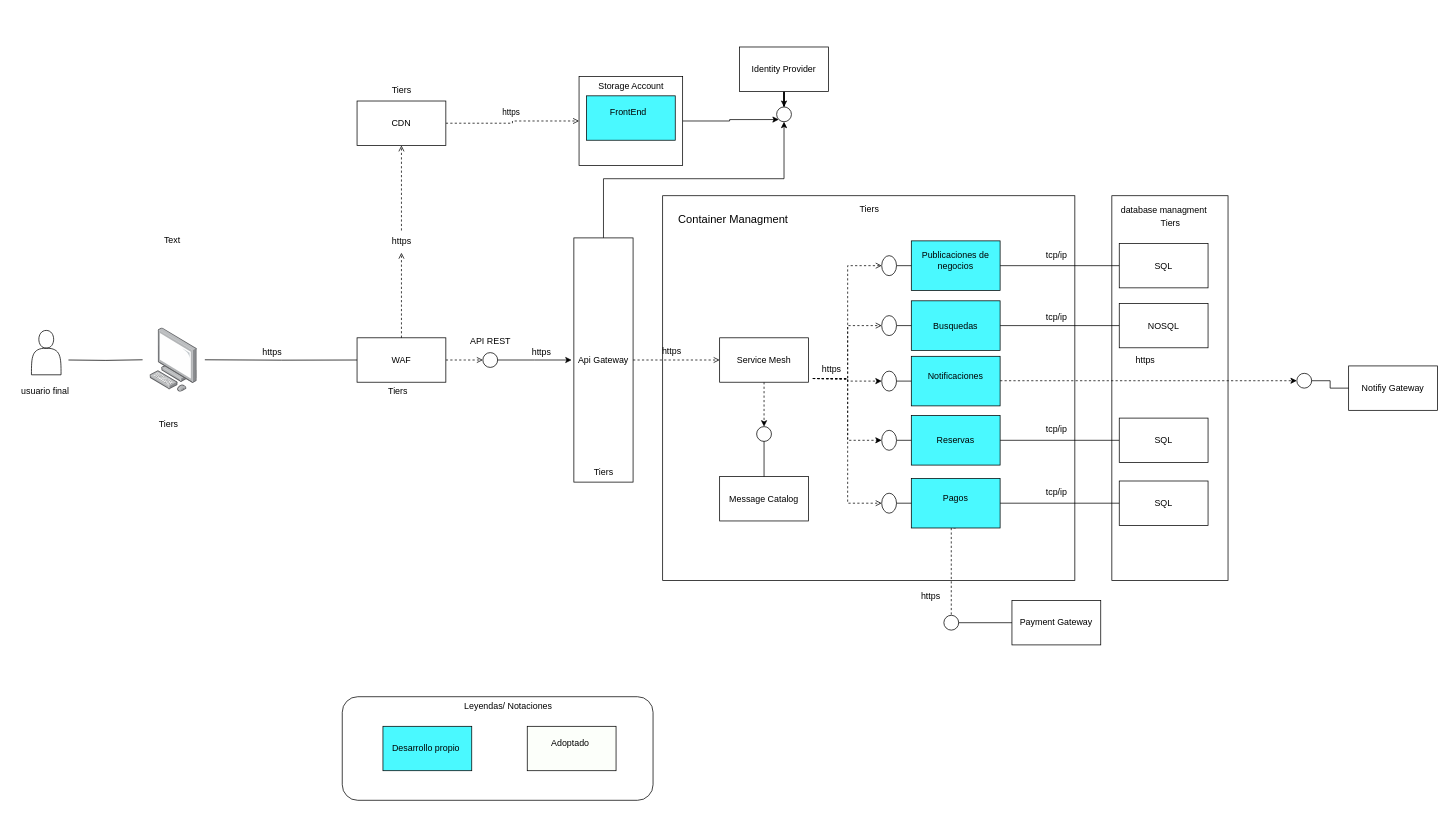
Before: page "alternativa de solucion" (2 of 2) of Diagrama sin título.drawio in ochoa27/FindDo, a draw.io diagram. Source tidied: cells renumbered, new cells numbered last; positions are measured from the earlier drawing's top-left corner, leaving out a move shared by most shapes. Both pictures are drawn from the tidied source at 74%, with x=0, y=0 at pixel (13, 47).
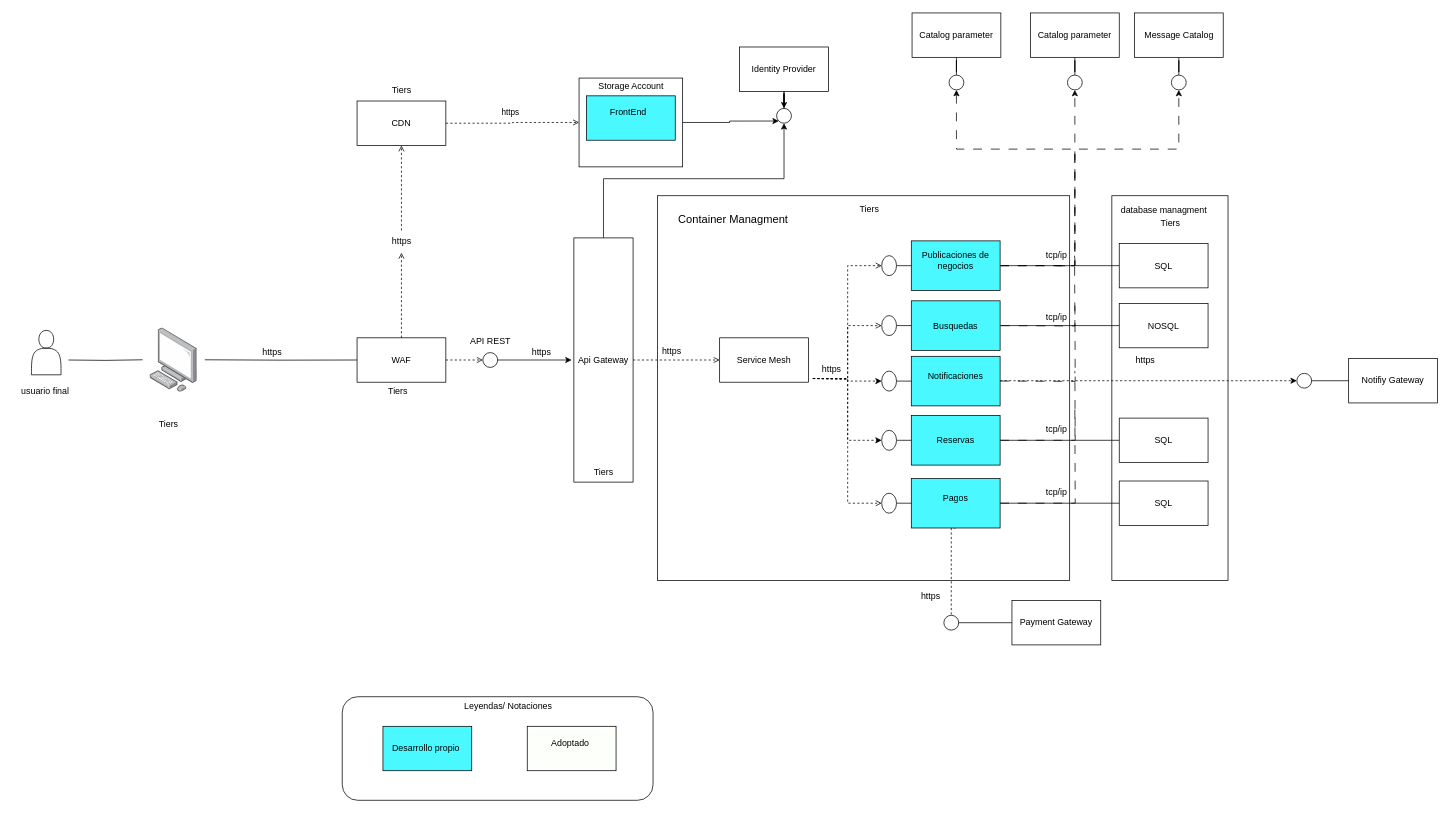
Above is the later version.

Unchanged cells that the change refers to:
```xml
<mxCell id="18" value="Service Mesh" style="rounded=0;whiteSpace=wrap;html=1;" parent="1" vertex="1">
  <mxGeometry x="955" y="393" width="120" height="60" as="geometry" />
</mxCell>
<mxCell id="21" value="&lt;div&gt;&lt;div&gt;Publicaciones de negocios&lt;/div&gt;&lt;div&gt;&lt;br&gt;&lt;/div&gt;&lt;/div&gt;" style="rounded=0;whiteSpace=wrap;html=1;fillColor=#4AF9FF;" parent="1" vertex="1">
  <mxGeometry x="1214" y="262" width="120" height="67" as="geometry" />
</mxCell>
<mxCell id="30" value="Pagos&lt;div&gt;&lt;br&gt;&lt;/div&gt;" style="rounded=0;whiteSpace=wrap;html=1;fillColor=#4AF9FF;" parent="1" vertex="1">
  <mxGeometry x="1214" y="583" width="120" height="67" as="geometry" />
</mxCell>
<mxCell id="51" value="Reservas" style="rounded=0;whiteSpace=wrap;html=1;fillColor=#4AF9FF;" parent="1" vertex="1">
  <mxGeometry x="1214" y="498" width="120" height="67" as="geometry" />
</mxCell>
```

Diff of the diagram source:
```diff
@@
+    <mxCell id="78" style="rounded=0;whiteSpace=wrap;html=1;fillColor=none;" parent="1" vertex="1">
+      <mxGeometry x="871" y="201" width="557" height="520" as="geometry" />
+    </mxCell>
@@
-    <mxCell id="17" style="edgeStyle=orthogonalEdgeStyle;rounded=0;jettySize=auto;html=1;exitX=0.5;exitY=1;exitDx=0;exitDy=0;entryX=0.5;entryY=0;entryDx=0;entryDy=0;dashed=1;" parent="1" edge="1" source="18" target="69">
-      <mxGeometry relative="1" as="geometry" />
-    </mxCell>
@@
+    <mxCell id="98" style="edgeStyle=orthogonalEdgeStyle;rounded=0;jettySize=auto;html=1;dashed=1;dashPattern=12 12;entryX=0.5;entryY=1;entryDx=0;entryDy=0;" parent="1" edge="1" source="21" target="110">
+      <mxGeometry relative="1" as="geometry">
+        <Array as="points">
+          <mxPoint x="1435" y="295" />
+          <mxPoint x="1435" y="138" />
+          <mxPoint x="1275" y="138" />
+        </Array>
+      </mxGeometry>
+    </mxCell>
+    <mxCell id="99" style="edgeStyle=orthogonalEdgeStyle;rounded=0;jettySize=auto;html=1;dashed=1;dashPattern=12 12;entryX=0.5;entryY=1;entryDx=0;entryDy=0;" parent="1" edge="1" source="21" target="108">
+      <mxGeometry relative="1" as="geometry">
+        <Array as="points">
+          <mxPoint x="1435" y="296" />
+          <mxPoint x="1435" y="138" />
+          <mxPoint x="1576" y="138" />
+        </Array>
+      </mxGeometry>
+    </mxCell>
@@
+    <mxCell id="100" style="edgeStyle=orthogonalEdgeStyle;rounded=0;jettySize=auto;html=1;endArrow=none;endFill=0;dashed=1;dashPattern=12 12;" parent="1" edge="1" source="30">
+      <mxGeometry relative="1" as="geometry">
+        <mxPoint x="1435" y="488" as="targetPoint" />
+      </mxGeometry>
+    </mxCell>
@@
+    <mxCell id="101" style="edgeStyle=orthogonalEdgeStyle;rounded=0;jettySize=auto;html=1;dashed=1;dashPattern=12 12;entryX=0.5;entryY=1;entryDx=0;entryDy=0;" parent="1" edge="1" target="112">
+      <mxGeometry relative="1" as="geometry">
+        <mxPoint x="1410" y="295.5" as="sourcePoint" />
+      </mxGeometry>
+    </mxCell>
@@
     <mxCell id="41" style="rounded=0;whiteSpace=wrap;html=1;" parent="1" vertex="1">
-      <mxGeometry x="765" y="40" width="140" height="120" as="geometry" />
+      <mxGeometry x="765" y="42" width="140" height="120" as="geometry" />
     </mxCell>
@@
+    <mxCell id="102" style="edgeStyle=orthogonalEdgeStyle;rounded=0;jettySize=auto;html=1;endArrow=none;endFill=0;dashed=1;dashPattern=12 12;" parent="1" edge="1" source="51">
+      <mxGeometry relative="1" as="geometry">
+        <mxPoint x="1435" y="438" as="targetPoint" />
+      </mxGeometry>
+    </mxCell>
@@
+    <mxCell id="103" style="edgeStyle=orthogonalEdgeStyle;rounded=0;orthogonalLoop=1;jettySize=auto;html=1;endArrow=none;endFill=0;dashed=1;dashPattern=12 12;" parent="1" edge="1">
+      <mxGeometry relative="1" as="geometry">
+        <mxPoint x="1334" y="451.4" as="sourcePoint" />
+        <mxPoint x="1435" y="338" as="targetPoint" />
+      </mxGeometry>
+    </mxCell>
@@
     <mxCell id="64" value="Notifiy Gateway" style="rounded=0;whiteSpace=wrap;html=1;" parent="1" vertex="1">
-      <mxGeometry x="1805" y="431" width="120" height="60" as="geometry" />
+      <mxGeometry x="1805" y="421" width="120" height="60" as="geometry" />
     </mxCell>
@@
-    <mxCell id="68" value="Message Catalog" style="rounded=0;whiteSpace=wrap;html=1;" parent="1" vertex="1">
-      <mxGeometry x="955" y="580.5" width="120" height="60" as="geometry" />
-    </mxCell>
-    <mxCell id="69" style="ellipse;whiteSpace=wrap;html=1;" parent="1" vertex="1">
-      <mxGeometry x="1005" y="513" width="20" height="20" as="geometry" />
-    </mxCell>
-    <mxCell id="70" style="edgeStyle=orthogonalEdgeStyle;rounded=0;jettySize=auto;html=1;entryX=0.5;entryY=0;entryDx=0;entryDy=0;endArrow=none;endFill=0;" parent="1" edge="1" source="69" target="68">
-      <mxGeometry relative="1" as="geometry" />
-    </mxCell>
@@
     <mxCell id="77" style="ellipse;whiteSpace=wrap;html=1;" parent="1" vertex="1">
-      <mxGeometry x="1032" y="81" width="20" height="20" as="geometry" />
+      <mxGeometry x="1032" y="83" width="20" height="20" as="geometry" />
     </mxCell>
-    <mxCell id="78" style="rounded=0;whiteSpace=wrap;html=1;fillColor=none;" parent="1" vertex="1">
-      <mxGeometry x="878" y="201" width="557" height="520" as="geometry" />
-    </mxCell>
@@
-    <mxCell id="91" value="Text" style="text;html=1;align=center;verticalAlign=middle;strokeColor=none;fillColor=none;" parent="1" vertex="1">
-      <mxGeometry x="190" y="246" width="50" height="30" as="geometry" />
-    </mxCell>
@@
+    <mxCell id="104" value="Catalog parameter" style="rounded=0;whiteSpace=wrap;html=1;" parent="1" vertex="1">
+      <mxGeometry x="1375" y="-46" width="120" height="60" as="geometry" />
+    </mxCell>
+    <mxCell id="105" value="Catalog parameter" style="rounded=0;whiteSpace=wrap;html=1;" parent="1" vertex="1">
+      <mxGeometry x="1215" y="-46" width="120" height="60" as="geometry" />
+    </mxCell>
+    <mxCell id="106" style="edgeStyle=orthogonalEdgeStyle;rounded=0;orthogonalLoop=1;jettySize=auto;html=1;entryX=0.971;entryY=0.55;entryDx=0;entryDy=0;entryPerimeter=0;endArrow=none;endFill=0;dashed=1;dashPattern=12 12;" parent="1" edge="1">
+      <mxGeometry relative="1" as="geometry">
+        <mxPoint x="1335" y="376.5" as="sourcePoint" />
+        <mxPoint x="1434.6" y="282" as="targetPoint" />
+      </mxGeometry>
+    </mxCell>
+    <mxCell id="68" value="Message Catalog" style="rounded=0;whiteSpace=wrap;html=1;" parent="1" vertex="1">
+      <mxGeometry x="1515.5" y="-46" width="120" height="60" as="geometry" />
+    </mxCell>
+    <mxCell id="107" style="edgeStyle=orthogonalEdgeStyle;rounded=0;jettySize=auto;html=1;endArrow=none;endFill=0;" parent="1" edge="1" source="108" target="68">
+      <mxGeometry relative="1" as="geometry" />
+    </mxCell>
+    <mxCell id="108" style="ellipse;whiteSpace=wrap;html=1;" parent="1" vertex="1">
+      <mxGeometry x="1565.5" y="38" width="20" height="20" as="geometry" />
+    </mxCell>
+    <mxCell id="109" style="edgeStyle=orthogonalEdgeStyle;rounded=0;jettySize=auto;html=1;endArrow=none;endFill=0;" parent="1" edge="1" source="110" target="105">
+      <mxGeometry relative="1" as="geometry" />
+    </mxCell>
+    <mxCell id="110" style="ellipse;whiteSpace=wrap;html=1;" parent="1" vertex="1">
+      <mxGeometry x="1265" y="38" width="20" height="20" as="geometry" />
+    </mxCell>
+    <mxCell id="111" style="edgeStyle=orthogonalEdgeStyle;rounded=0;jettySize=auto;html=1;endArrow=none;endFill=0;" parent="1" edge="1" source="112" target="104">
+      <mxGeometry relative="1" as="geometry" />
+    </mxCell>
+    <mxCell id="112" style="ellipse;whiteSpace=wrap;html=1;" parent="1" vertex="1">
+      <mxGeometry x="1425" y="38" width="20" height="20" as="geometry" />
+    </mxCell>
```
